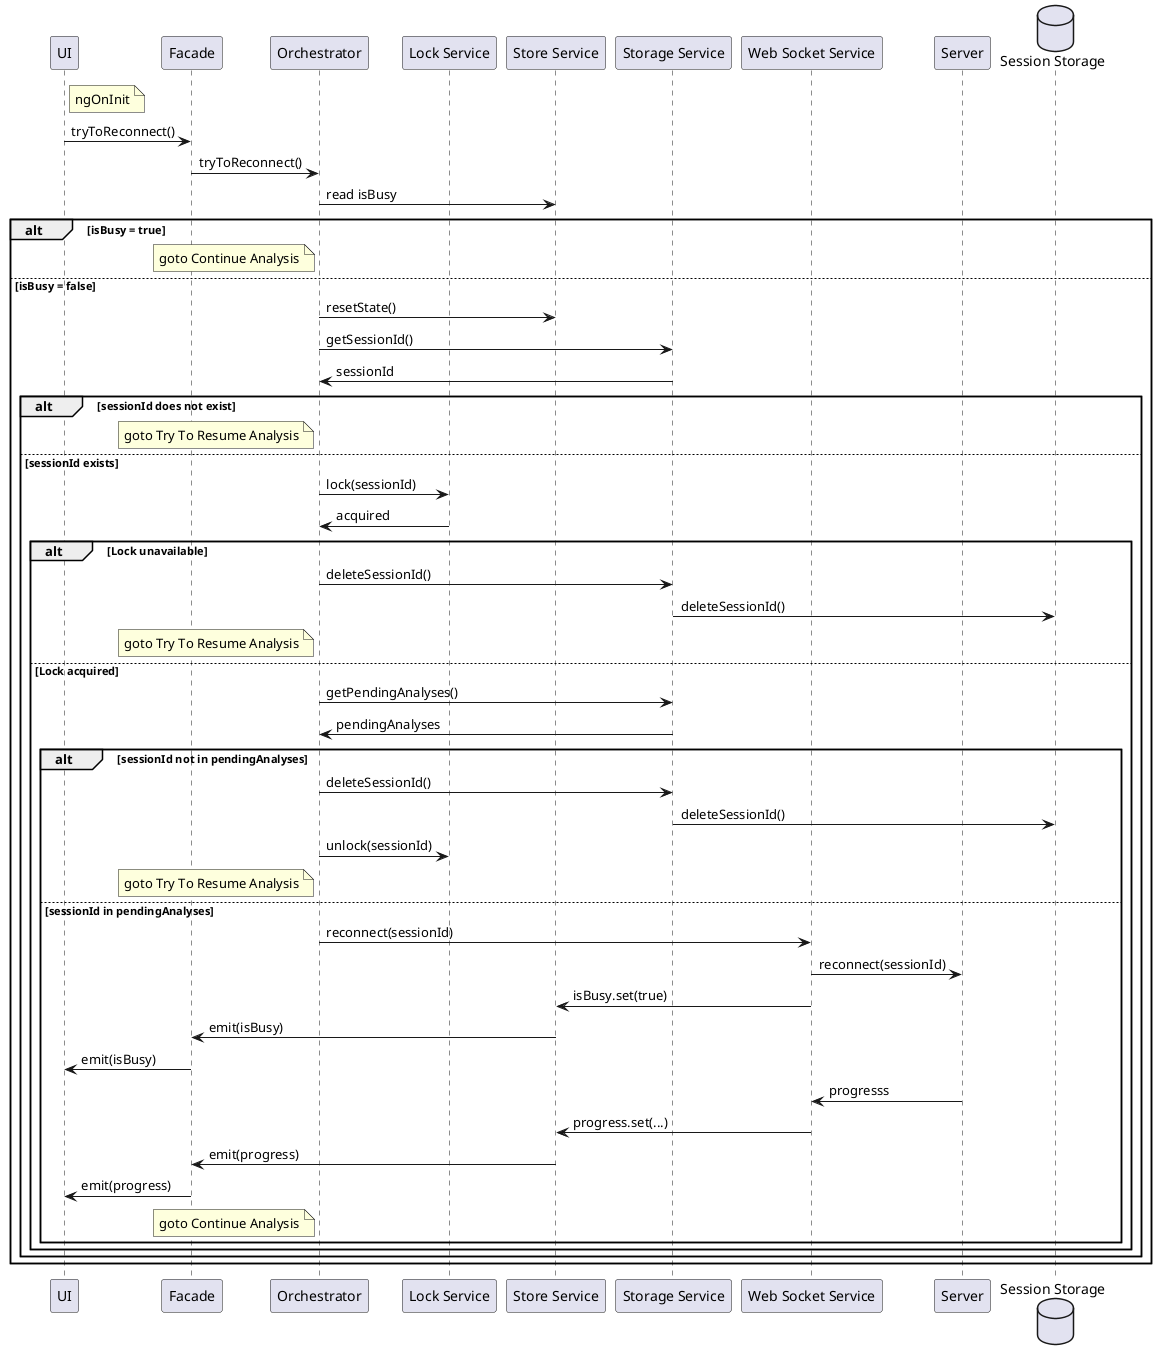
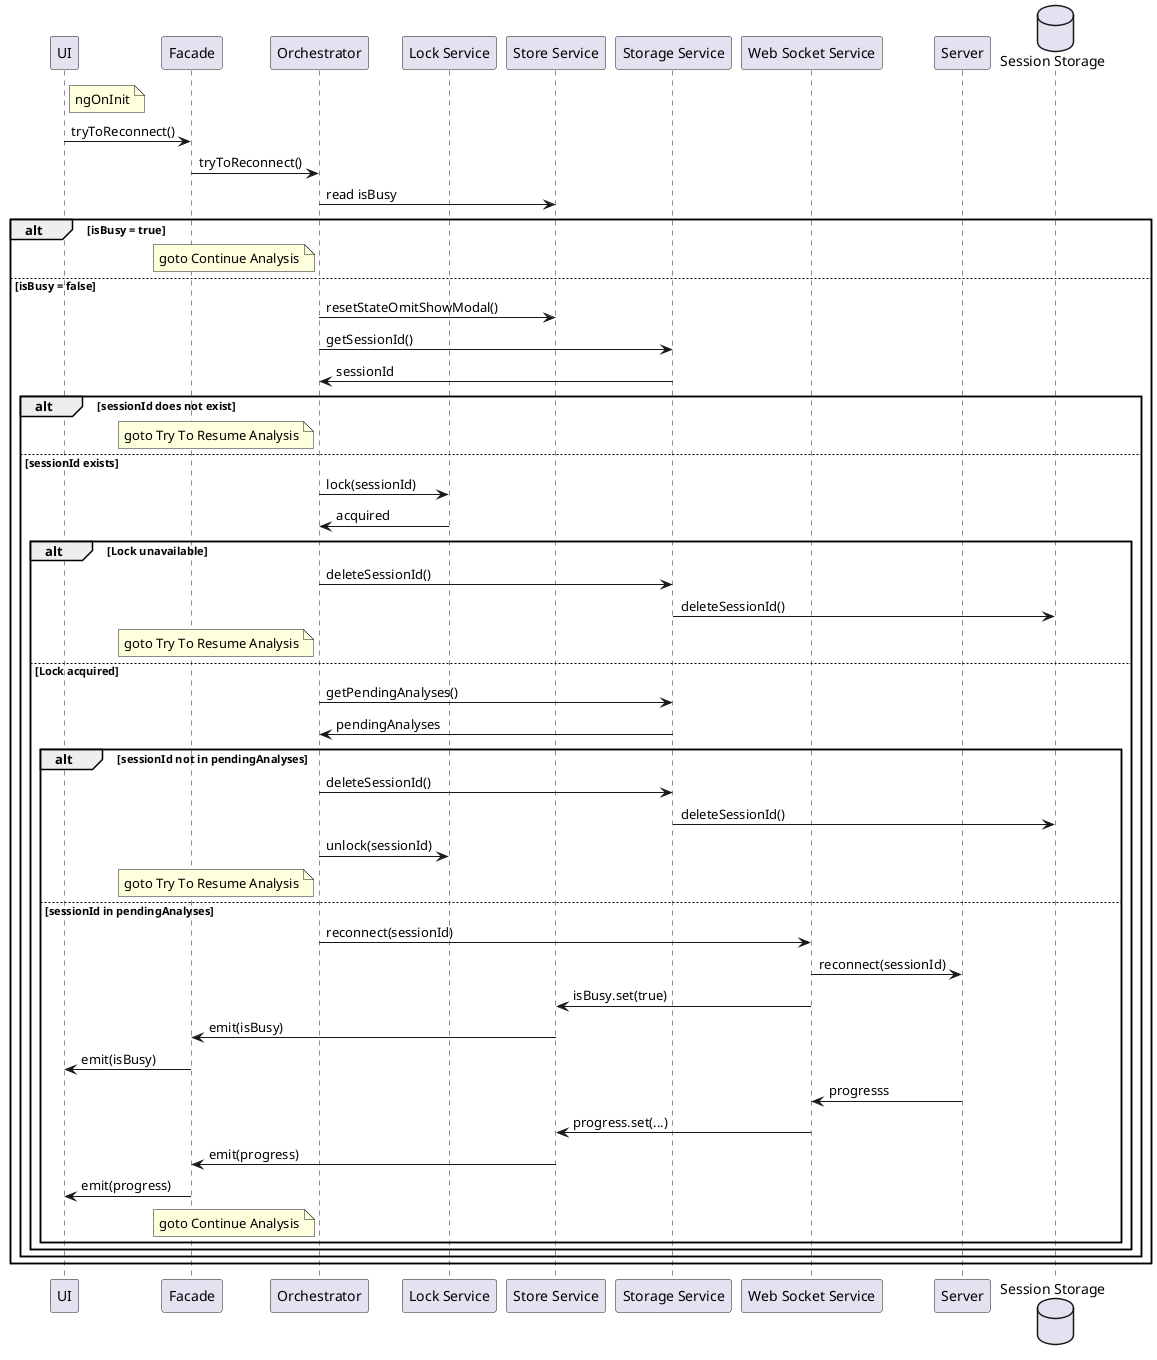
@startuml Try To Reconnect

participant "UI" as U
participant "Facade" as F
participant "Orchestrator" as O
participant "Lock Service" as L
participant "Store Service" as ST
participant "Storage Service" as STG
participant "Web Socket Service" as WS
participant "Server" as SRV

database "Session Storage" as SS

note right of U: ngOnInit
U -> F: tryToReconnect()
F -> O: tryToReconnect()
O -> ST: read isBusy

alt isBusy = true
    note left of O: goto Continue Analysis

else isBusy = false
-     O -> ST: resetState()
+     O -> ST: resetStateOmitShowModal()
    O -> STG: getSessionId()
    STG -> O: sessionId

    alt sessionId does not exist
        note left of O: goto Try To Resume Analysis

    else sessionId exists
        O -> L: lock(sessionId)
        L -> O: acquired

        alt Lock unavailable
            O -> STG: deleteSessionId()
            STG -> SS: deleteSessionId()
            note left of O: goto Try To Resume Analysis

        else Lock acquired
            O -> STG: getPendingAnalyses()
            STG -> O: pendingAnalyses

            alt sessionId not in pendingAnalyses
                O -> STG: deleteSessionId()
                STG -> SS: deleteSessionId()
                O -> L: unlock(sessionId)
                note left of O: goto Try To Resume Analysis

            else sessionId in pendingAnalyses
                O -> WS: reconnect(sessionId)
                WS -> SRV: reconnect(sessionId)
                WS -> ST: isBusy.set(true)
                ST -> F: emit(isBusy)
                F -> U: emit(isBusy)
                SRV -> WS: progresss
                WS -> ST: progress.set(...)
                ST -> F: emit(progress)
                F -> U: emit(progress)
                note left of O: goto Continue Analysis
            end
        end
    end
end

@enduml